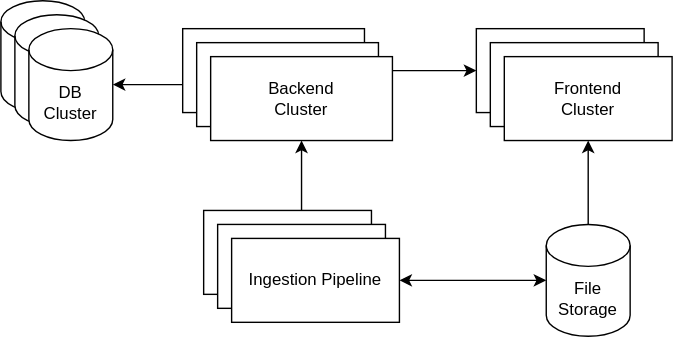
The draw.io diagram SYSTEM_DESIGN.svg in tarkalabs/plexxis_zoho_sign, before a commit. Source tidied: cells renumbered, new cells last; positions are measured from the earlier drawing's top-left corner, leaving out a move shared by most shapes.
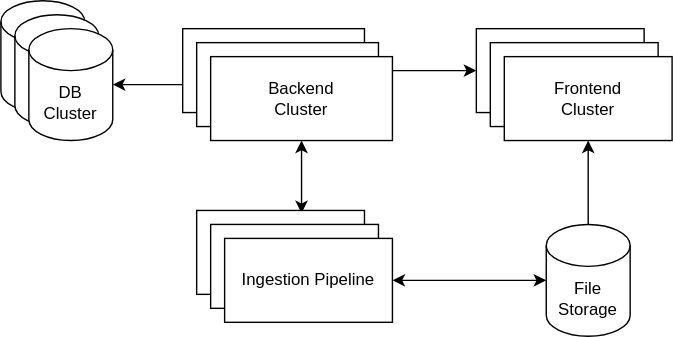
The same diagram one commit later.

Commit message:
Minor fix to system design svg

Diff of the diagram source:
```diff
@@ -14,7 +14,7 @@
     <mxCell id="5" style="endArrow=classic;html=1;rounded=0;entryX=0;entryY=0.5;entryDx=0;entryDy=0;startArrow=classic;startFill=1;exitX=1;exitY=0.5;exitDx=0;exitDy=0;exitPerimeter=0;" parent="1" edge="1" source="10" target="13">
       <mxGeometry relative="1" as="geometry" />
     </mxCell>
-    <mxCell id="6" style="endArrow=classic;html=1;rounded=0;entryX=0.5;entryY=1;entryDx=0;entryDy=0;startArrow=classic;startFill=1;exitX=0.5;exitY=0;exitDx=0;exitDy=0;" parent="1" edge="1" source="22" target="14">
+    <mxCell id="6" style="endArrow=classic;html=1;rounded=0;entryX=0.5;entryY=1;entryDx=0;entryDy=0;startArrow=classic;startFill=1;exitX=0.625;exitY=0.033;exitDx=0;exitDy=0;exitPerimeter=0;" parent="1" edge="1" source="21" target="14">
       <mxGeometry relative="1" as="geometry" />
     </mxCell>
     <mxCell id="7" style="group;" parent="1" vertex="1">
@@ -57,7 +57,7 @@
       <mxGeometry relative="1" as="geometry" />
     </mxCell>
     <mxCell id="20" style="group;" parent="1" vertex="1">
-      <mxGeometry x="145" y="150" width="140" height="80" as="geometry" />
+      <mxGeometry x="140" y="150" width="140" height="80" as="geometry" />
     </mxCell>
     <mxCell id="21" value="Ingestion Pipeline" style="rounded=0;whiteSpace=wrap;html=1;" parent="20" vertex="1">
       <mxGeometry width="120" height="60" as="geometry" />
```
